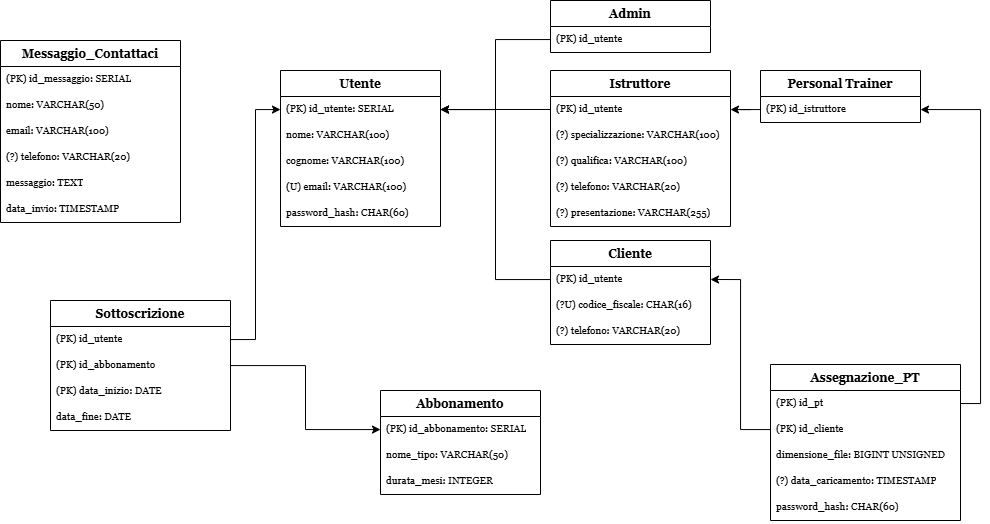
Above: relazione/diagramma_er.png in Granz09124/Progetto-tecweb (draw.io), before the change. Source tidied: cells renumbered, new cells last; positions are measured from the earlier drawing's top-left corner, leaving out a move shared by most shapes. Source of this version:
```xml
<mxGraphModel>
  <root>
    <mxCell id="0" />
    <mxCell id="1" parent="0" />
    <mxCell id="2" value="Utente" style="swimlane;fontStyle=1;align=center;verticalAlign=top;horizontal=1;startSize=26;whiteSpace=wrap;html=1;fontFamily=Georgia;fontSize=12;" parent="1" vertex="1">
      <mxGeometry x="280" y="70" width="160" height="156" as="geometry" />
    </mxCell>
    <mxCell id="3" value="(PK) id_utente: SERIAL" style="text;strokeColor=none;fillColor=none;align=left;verticalAlign=top;spacingLeft=4;spacingRight=4;overflow=hidden;points=[[0,0.5],[1,0.5]];portConstraint=eastwest;whiteSpace=wrap;html=1;fontFamily=Georgia;fontSize=10;" parent="2" vertex="1">
      <mxGeometry y="26" width="160" height="26" as="geometry" />
    </mxCell>
    <mxCell id="4" value="nome: VARCHAR(100)" style="text;strokeColor=none;fillColor=none;align=left;verticalAlign=top;spacingLeft=4;spacingRight=4;overflow=hidden;whiteSpace=wrap;html=1;fontFamily=Georgia;fontSize=10;" parent="2" vertex="1">
      <mxGeometry y="52" width="160" height="26" as="geometry" />
    </mxCell>
    <mxCell id="5" value="cognome: VARCHAR(100)" style="text;strokeColor=none;fillColor=none;align=left;verticalAlign=top;spacingLeft=4;spacingRight=4;overflow=hidden;whiteSpace=wrap;html=1;fontFamily=Georgia;fontSize=10;" parent="2" vertex="1">
      <mxGeometry y="78" width="160" height="26" as="geometry" />
    </mxCell>
    <mxCell id="6" value="(U) email: VARCHAR(100)" style="text;strokeColor=none;fillColor=none;align=left;verticalAlign=top;spacingLeft=4;spacingRight=4;overflow=hidden;whiteSpace=wrap;html=1;fontFamily=Georgia;fontSize=10;" parent="2" vertex="1">
      <mxGeometry y="104" width="160" height="26" as="geometry" />
    </mxCell>
    <mxCell id="7" value="password_hash: CHAR(60)" style="text;strokeColor=none;fillColor=none;align=left;verticalAlign=top;spacingLeft=4;spacingRight=4;overflow=hidden;whiteSpace=wrap;html=1;fontFamily=Georgia;fontSize=10;" parent="2" vertex="1">
      <mxGeometry y="130" width="160" height="26" as="geometry" />
    </mxCell>
    <mxCell id="8" value="Admin" style="swimlane;fontStyle=1;align=center;verticalAlign=top;horizontal=1;startSize=26;whiteSpace=wrap;html=1;fontFamily=Georgia;fontSize=12;" parent="1" vertex="1">
      <mxGeometry x="550" width="160" height="52" as="geometry" />
    </mxCell>
    <mxCell id="9" value="(PK) id_utente" style="text;strokeColor=none;fillColor=none;align=left;verticalAlign=top;spacingLeft=4;spacingRight=4;overflow=hidden;points=[[0,0.5],[1,0.5]];portConstraint=eastwest;whiteSpace=wrap;html=1;fontFamily=Georgia;fontSize=10;" parent="8" vertex="1">
      <mxGeometry y="26" width="160" height="26" as="geometry" />
    </mxCell>
    <mxCell id="10" style="edgeStyle=orthogonalEdgeStyle;rounded=0;jettySize=auto;html=1;" parent="1" edge="1" source="9" target="3">
      <mxGeometry relative="1" as="geometry" />
    </mxCell>
    <mxCell id="11" value="Cliente" style="swimlane;fontStyle=1;align=center;verticalAlign=top;horizontal=1;startSize=26;whiteSpace=wrap;html=1;fontFamily=Georgia;fontSize=12;" parent="1" vertex="1">
      <mxGeometry x="550" y="240" width="160" height="104" as="geometry" />
    </mxCell>
    <mxCell id="12" value="(PK) id_utente" style="text;strokeColor=none;fillColor=none;align=left;verticalAlign=top;spacingLeft=4;spacingRight=4;overflow=hidden;points=[[0,0.5],[1,0.5]];portConstraint=eastwest;whiteSpace=wrap;html=1;fontFamily=Georgia;fontSize=10;" parent="11" vertex="1">
      <mxGeometry y="26" width="160" height="26" as="geometry" />
    </mxCell>
    <mxCell id="13" value="(?U) codice_fiscale: CHAR(16)" style="text;strokeColor=none;fillColor=none;align=left;verticalAlign=top;spacingLeft=4;spacingRight=4;overflow=hidden;whiteSpace=wrap;html=1;fontFamily=Georgia;fontSize=10;" parent="11" vertex="1">
      <mxGeometry y="52" width="160" height="26" as="geometry" />
    </mxCell>
    <mxCell id="14" value="(?) telefono: VARCHAR(20)" style="text;strokeColor=none;fillColor=none;align=left;verticalAlign=top;spacingLeft=4;spacingRight=4;overflow=hidden;whiteSpace=wrap;html=1;fontFamily=Georgia;fontSize=10;" parent="11" vertex="1">
      <mxGeometry y="78" width="160" height="26" as="geometry" />
    </mxCell>
    <mxCell id="15" style="edgeStyle=orthogonalEdgeStyle;rounded=0;jettySize=auto;html=1;" parent="1" edge="1" source="12" target="3">
      <mxGeometry relative="1" as="geometry" />
    </mxCell>
    <mxCell id="16" value="Istruttore" style="swimlane;fontStyle=1;align=center;verticalAlign=top;horizontal=1;startSize=26;whiteSpace=wrap;html=1;fontFamily=Georgia;fontSize=12;" parent="1" vertex="1">
      <mxGeometry x="550" y="70" width="180" height="156" as="geometry" />
    </mxCell>
    <mxCell id="17" value="(PK) id_utente" style="text;strokeColor=none;fillColor=none;align=left;verticalAlign=top;spacingLeft=4;spacingRight=4;overflow=hidden;points=[[0,0.5],[1,0.5]];portConstraint=eastwest;whiteSpace=wrap;html=1;fontFamily=Georgia;fontSize=10;" parent="16" vertex="1">
      <mxGeometry y="26" width="180" height="26" as="geometry" />
    </mxCell>
    <mxCell id="18" value="(?) specializzazione: VARCHAR(100)" style="text;strokeColor=none;fillColor=none;align=left;verticalAlign=top;spacingLeft=4;spacingRight=4;overflow=hidden;whiteSpace=wrap;html=1;fontFamily=Georgia;fontSize=10;" parent="16" vertex="1">
      <mxGeometry y="52" width="180" height="26" as="geometry" />
    </mxCell>
    <mxCell id="19" value="(?) qualifica: VARCHAR(100)" style="text;strokeColor=none;fillColor=none;align=left;verticalAlign=top;spacingLeft=4;spacingRight=4;overflow=hidden;whiteSpace=wrap;html=1;fontFamily=Georgia;fontSize=10;" parent="16" vertex="1">
      <mxGeometry y="78" width="180" height="26" as="geometry" />
    </mxCell>
    <mxCell id="20" value="(?) telefono: VARCHAR(20)" style="text;strokeColor=none;fillColor=none;align=left;verticalAlign=top;spacingLeft=4;spacingRight=4;overflow=hidden;whiteSpace=wrap;html=1;fontFamily=Georgia;fontSize=10;" parent="16" vertex="1">
      <mxGeometry y="104" width="180" height="26" as="geometry" />
    </mxCell>
    <mxCell id="21" value="(?) presentazione: VARCHAR(255)" style="text;strokeColor=none;fillColor=none;align=left;verticalAlign=top;spacingLeft=4;spacingRight=4;overflow=hidden;whiteSpace=wrap;html=1;fontFamily=Georgia;fontSize=10;" parent="16" vertex="1">
      <mxGeometry y="130" width="180" height="26" as="geometry" />
    </mxCell>
    <mxCell id="22" style="edgeStyle=orthogonalEdgeStyle;rounded=0;jettySize=auto;html=1;" parent="1" edge="1" source="17" target="3">
      <mxGeometry relative="1" as="geometry" />
    </mxCell>
    <mxCell id="23" value="Personal Trainer" style="swimlane;fontStyle=1;align=center;verticalAlign=top;horizontal=1;startSize=26;whiteSpace=wrap;html=1;fontFamily=Georgia;fontSize=12;" parent="1" vertex="1">
      <mxGeometry x="760" y="70" width="160" height="52" as="geometry" />
    </mxCell>
    <mxCell id="24" value="(PK) id_istruttore" style="text;strokeColor=none;fillColor=none;align=left;verticalAlign=top;spacingLeft=4;spacingRight=4;overflow=hidden;points=[[0,0.5],[1,0.5]];portConstraint=eastwest;whiteSpace=wrap;html=1;fontFamily=Georgia;fontSize=10;" parent="23" vertex="1">
      <mxGeometry y="26" width="160" height="26" as="geometry" />
    </mxCell>
    <mxCell id="25" style="edgeStyle=orthogonalEdgeStyle;rounded=0;jettySize=auto;html=1;" parent="1" edge="1" source="24" target="17">
      <mxGeometry relative="1" as="geometry" />
    </mxCell>
    <mxCell id="26" value="Abbonamento" style="swimlane;fontStyle=1;align=center;verticalAlign=top;horizontal=1;startSize=26;whiteSpace=wrap;html=1;fontFamily=Georgia;fontSize=12;" parent="1" vertex="1">
      <mxGeometry x="380" y="390" width="160" height="104" as="geometry" />
    </mxCell>
    <mxCell id="27" value="(PK) id_abbonamento: SERIAL" style="text;strokeColor=none;fillColor=none;align=left;verticalAlign=top;spacingLeft=4;spacingRight=4;overflow=hidden;points=[[0,0.5],[1,0.5]];portConstraint=eastwest;whiteSpace=wrap;html=1;fontFamily=Georgia;fontSize=10;" parent="26" vertex="1">
      <mxGeometry y="26" width="160" height="26" as="geometry" />
    </mxCell>
    <mxCell id="28" value="nome_tipo: VARCHAR(50)" style="text;strokeColor=none;fillColor=none;align=left;verticalAlign=top;spacingLeft=4;spacingRight=4;overflow=hidden;whiteSpace=wrap;html=1;fontFamily=Georgia;fontSize=10;" parent="26" vertex="1">
      <mxGeometry y="52" width="160" height="26" as="geometry" />
    </mxCell>
    <mxCell id="29" value="durata_mesi: INTEGER" style="text;strokeColor=none;fillColor=none;align=left;verticalAlign=top;spacingLeft=4;spacingRight=4;overflow=hidden;whiteSpace=wrap;html=1;fontFamily=Georgia;fontSize=10;" parent="26" vertex="1">
      <mxGeometry y="78" width="160" height="26" as="geometry" />
    </mxCell>
    <mxCell id="30" value="Sottoscrizione" style="swimlane;fontStyle=1;align=center;verticalAlign=top;horizontal=1;startSize=26;whiteSpace=wrap;html=1;fontFamily=Georgia;fontSize=12;" parent="1" vertex="1">
      <mxGeometry x="50" y="300" width="180" height="130" as="geometry" />
    </mxCell>
    <mxCell id="31" value="(PK) id_utente" style="text;strokeColor=none;fillColor=none;align=left;verticalAlign=top;spacingLeft=4;spacingRight=4;overflow=hidden;points=[[0,0.5],[1,0.5]];portConstraint=eastwest;whiteSpace=wrap;html=1;fontFamily=Georgia;fontSize=10;" parent="30" vertex="1">
      <mxGeometry y="26" width="180" height="26" as="geometry" />
    </mxCell>
    <mxCell id="32" value="(PK) id_abbonamento" style="text;strokeColor=none;fillColor=none;align=left;verticalAlign=top;spacingLeft=4;spacingRight=4;overflow=hidden;points=[[0,0.5],[1,0.5]];portConstraint=eastwest;whiteSpace=wrap;html=1;fontFamily=Georgia;fontSize=10;" parent="30" vertex="1">
      <mxGeometry y="52" width="180" height="26" as="geometry" />
    </mxCell>
    <mxCell id="33" value="(PK) data_inizio: DATE" style="text;strokeColor=none;fillColor=none;align=left;verticalAlign=top;spacingLeft=4;spacingRight=4;overflow=hidden;whiteSpace=wrap;html=1;fontFamily=Georgia;fontSize=10;" parent="30" vertex="1">
      <mxGeometry y="78" width="180" height="26" as="geometry" />
    </mxCell>
    <mxCell id="34" value="data_fine: DATE" style="text;strokeColor=none;fillColor=none;align=left;verticalAlign=top;spacingLeft=4;spacingRight=4;overflow=hidden;whiteSpace=wrap;html=1;fontFamily=Georgia;fontSize=10;" parent="30" vertex="1">
      <mxGeometry y="104" width="180" height="26" as="geometry" />
    </mxCell>
    <mxCell id="35" style="edgeStyle=orthogonalEdgeStyle;rounded=0;jettySize=auto;html=1;" parent="1" edge="1" source="31" target="3">
      <mxGeometry relative="1" as="geometry" />
    </mxCell>
    <mxCell id="36" style="edgeStyle=orthogonalEdgeStyle;rounded=0;jettySize=auto;html=1;" parent="1" edge="1" source="32" target="27">
      <mxGeometry relative="1" as="geometry" />
    </mxCell>
    <mxCell id="37" value="Messaggio_Contattaci" style="swimlane;fontStyle=1;align=center;verticalAlign=top;horizontal=1;startSize=26;whiteSpace=wrap;html=1;fontFamily=Georgia;fontSize=12;" parent="1" vertex="1">
      <mxGeometry y="40" width="180" height="182" as="geometry" />
    </mxCell>
    <mxCell id="38" value="(PK) id_messaggio: SERIAL" style="text;strokeColor=none;fillColor=none;align=left;verticalAlign=top;spacingLeft=4;spacingRight=4;overflow=hidden;whiteSpace=wrap;html=1;fontFamily=Georgia;fontSize=10;" parent="37" vertex="1">
      <mxGeometry y="26" width="180" height="26" as="geometry" />
    </mxCell>
    <mxCell id="39" value="nome: VARCHAR(50)" style="text;strokeColor=none;fillColor=none;align=left;verticalAlign=top;spacingLeft=4;spacingRight=4;overflow=hidden;whiteSpace=wrap;html=1;fontFamily=Georgia;fontSize=10;" parent="37" vertex="1">
      <mxGeometry y="52" width="180" height="26" as="geometry" />
    </mxCell>
    <mxCell id="40" value="email: VARCHAR(100)" style="text;strokeColor=none;fillColor=none;align=left;verticalAlign=top;spacingLeft=4;spacingRight=4;overflow=hidden;whiteSpace=wrap;html=1;fontFamily=Georgia;fontSize=10;" parent="37" vertex="1">
      <mxGeometry y="78" width="180" height="26" as="geometry" />
    </mxCell>
    <mxCell id="41" value="(?) telefono: VARCHAR(20)" style="text;strokeColor=none;fillColor=none;align=left;verticalAlign=top;spacingLeft=4;spacingRight=4;overflow=hidden;whiteSpace=wrap;html=1;fontFamily=Georgia;fontSize=10;" parent="37" vertex="1">
      <mxGeometry y="104" width="180" height="26" as="geometry" />
    </mxCell>
    <mxCell id="42" value="messaggio: TEXT" style="text;strokeColor=none;fillColor=none;align=left;verticalAlign=top;spacingLeft=4;spacingRight=4;overflow=hidden;whiteSpace=wrap;html=1;fontFamily=Georgia;fontSize=10;" parent="37" vertex="1">
      <mxGeometry y="130" width="180" height="26" as="geometry" />
    </mxCell>
    <mxCell id="43" value="data_invio: TIMESTAMP" style="text;strokeColor=none;fillColor=none;align=left;verticalAlign=top;spacingLeft=4;spacingRight=4;overflow=hidden;whiteSpace=wrap;html=1;fontFamily=Georgia;fontSize=10;" parent="37" vertex="1">
      <mxGeometry y="156" width="180" height="26" as="geometry" />
    </mxCell>
    <mxCell id="44" value="Assegnazione_PT" style="swimlane;fontStyle=1;align=center;verticalAlign=top;horizontal=1;startSize=26;whiteSpace=wrap;html=1;fontFamily=Georgia;fontSize=12;" parent="1" vertex="1">
      <mxGeometry x="770" y="364" width="190" height="156" as="geometry" />
    </mxCell>
    <mxCell id="45" value="(PK) id_pt" style="text;strokeColor=none;fillColor=none;align=left;verticalAlign=top;spacingLeft=4;spacingRight=4;overflow=hidden;points=[[0,0.5],[1,0.5]];portConstraint=eastwest;whiteSpace=wrap;html=1;fontFamily=Georgia;fontSize=10;" parent="44" vertex="1">
      <mxGeometry y="26" width="190" height="26" as="geometry" />
    </mxCell>
    <mxCell id="46" value="(PK) id_cliente" style="text;strokeColor=none;fillColor=none;align=left;verticalAlign=top;spacingLeft=4;spacingRight=4;overflow=hidden;points=[[0,0.5],[1,0.5]];portConstraint=eastwest;whiteSpace=wrap;html=1;fontFamily=Georgia;fontSize=10;" parent="44" vertex="1">
      <mxGeometry y="52" width="190" height="26" as="geometry" />
    </mxCell>
    <mxCell id="47" value="dimensione_file: BIGINT UNSIGNED" style="text;strokeColor=none;fillColor=none;align=left;verticalAlign=top;spacingLeft=4;spacingRight=4;overflow=hidden;whiteSpace=wrap;html=1;fontFamily=Georgia;fontSize=10;" parent="44" vertex="1">
      <mxGeometry y="78" width="190" height="26" as="geometry" />
    </mxCell>
    <mxCell id="48" value="(?) data_caricamento: TIMESTAMP" style="text;strokeColor=none;fillColor=none;align=left;verticalAlign=top;spacingLeft=4;spacingRight=4;overflow=hidden;whiteSpace=wrap;html=1;fontFamily=Georgia;fontSize=10;" parent="44" vertex="1">
      <mxGeometry y="104" width="190" height="26" as="geometry" />
    </mxCell>
    <mxCell id="49" value="password_hash: CHAR(60)" style="text;strokeColor=none;fillColor=none;align=left;verticalAlign=top;spacingLeft=4;spacingRight=4;overflow=hidden;whiteSpace=wrap;html=1;fontFamily=Georgia;fontSize=10;" parent="44" vertex="1">
      <mxGeometry y="130" width="190" height="26" as="geometry" />
    </mxCell>
    <mxCell id="50" style="edgeStyle=orthogonalEdgeStyle;rounded=0;jettySize=auto;html=1;exitX=1;exitY=0.5;exitDx=0;exitDy=0;" parent="1" edge="1" source="45" target="24">
      <mxGeometry relative="1" as="geometry" />
    </mxCell>
    <mxCell id="51" style="edgeStyle=orthogonalEdgeStyle;rounded=0;jettySize=auto;html=1;entryX=1;entryY=0.5;entryDx=0;entryDy=0;" parent="1" edge="1" source="46" target="12">
      <mxGeometry relative="1" as="geometry" />
    </mxCell>
  </root>
</mxGraphModel>
```
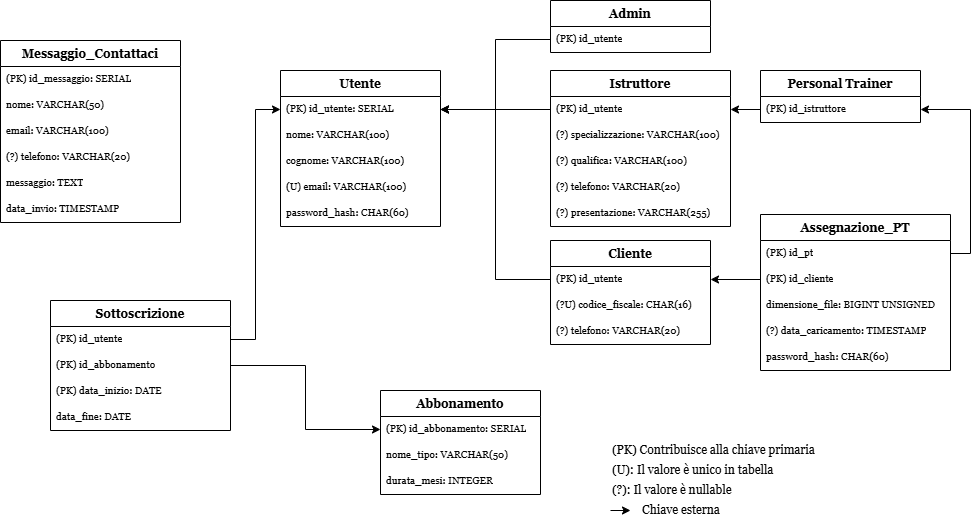
The same diagram one commit later.

Commit message:
Convenzioni interne e breadcrumb + diagramma

Diff of the diagram source:
```diff
@@ -101,6 +101,12 @@
     <mxCell id="34" value="data_fine: DATE" style="text;strokeColor=none;fillColor=none;align=left;verticalAlign=top;spacingLeft=4;spacingRight=4;overflow=hidden;whiteSpace=wrap;html=1;fontFamily=Georgia;fontSize=10;" parent="30" vertex="1">
       <mxGeometry y="104" width="180" height="26" as="geometry" />
     </mxCell>
+    <mxCell id="52" style="edgeStyle=orthogonalEdgeStyle;rounded=0;orthogonalLoop=1;jettySize=auto;html=1;" parent="30" edge="1">
+      <mxGeometry relative="1" as="geometry">
+        <mxPoint x="560" y="210" as="sourcePoint" />
+        <mxPoint x="580" y="210" as="targetPoint" />
+      </mxGeometry>
+    </mxCell>
     <mxCell id="35" style="edgeStyle=orthogonalEdgeStyle;rounded=0;jettySize=auto;html=1;" parent="1" edge="1" source="31" target="3">
       <mxGeometry relative="1" as="geometry" />
     </mxCell>
@@ -129,7 +135,7 @@
       <mxGeometry y="156" width="180" height="26" as="geometry" />
     </mxCell>
     <mxCell id="44" value="Assegnazione_PT" style="swimlane;fontStyle=1;align=center;verticalAlign=top;horizontal=1;startSize=26;whiteSpace=wrap;html=1;fontFamily=Georgia;fontSize=12;" parent="1" vertex="1">
-      <mxGeometry x="770" y="364" width="190" height="156" as="geometry" />
+      <mxGeometry x="760" y="214" width="190" height="156" as="geometry" />
     </mxCell>
     <mxCell id="45" value="(PK) id_pt" style="text;strokeColor=none;fillColor=none;align=left;verticalAlign=top;spacingLeft=4;spacingRight=4;overflow=hidden;points=[[0,0.5],[1,0.5]];portConstraint=eastwest;whiteSpace=wrap;html=1;fontFamily=Georgia;fontSize=10;" parent="44" vertex="1">
       <mxGeometry y="26" width="190" height="26" as="geometry" />
@@ -152,5 +158,17 @@
     <mxCell id="51" style="edgeStyle=orthogonalEdgeStyle;rounded=0;jettySize=auto;html=1;entryX=1;entryY=0.5;entryDx=0;entryDy=0;" parent="1" edge="1" source="46" target="12">
       <mxGeometry relative="1" as="geometry" />
     </mxCell>
+    <mxCell id="53" value="&lt;div&gt;(U): Il valore è unico in tabella&lt;/div&gt;" style="text;html=1;whiteSpace=wrap;strokeColor=none;fillColor=none;align=left;verticalAlign=middle;rounded=0;fontFamily=Georgia;spacing=2;" parent="1" vertex="1">
+      <mxGeometry x="610" y="460" width="220" height="20" as="geometry" />
+    </mxCell>
+    <mxCell id="54" value="&lt;div&gt;(?): Il valore è nullable&lt;/div&gt;" style="text;html=1;whiteSpace=wrap;strokeColor=none;fillColor=none;align=left;verticalAlign=middle;rounded=0;fontFamily=Georgia;spacing=2;" parent="1" vertex="1">
+      <mxGeometry x="610" y="480" width="130" height="20" as="geometry" />
+    </mxCell>
+    <mxCell id="55" value="(PK) Contribuisce alla chiave primaria" style="text;html=1;whiteSpace=wrap;strokeColor=none;fillColor=none;align=left;verticalAlign=middle;rounded=0;fontFamily=Georgia;spacing=2;" parent="1" vertex="1">
+      <mxGeometry x="610" y="440" width="220" height="20" as="geometry" />
+    </mxCell>
+    <mxCell id="56" value="&lt;div&gt;Chiave esterna&lt;/div&gt;" style="text;html=1;whiteSpace=wrap;strokeColor=none;fillColor=none;align=left;verticalAlign=middle;rounded=0;fontFamily=Georgia;spacing=2;" parent="1" vertex="1">
+      <mxGeometry x="640" y="500" width="130" height="20" as="geometry" />
+    </mxCell>
   </root>
 </mxGraphModel>
```
